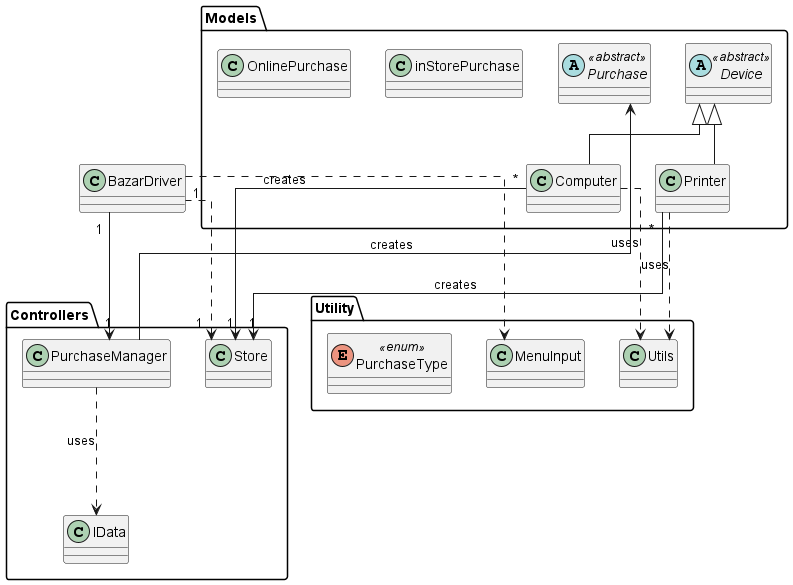
jenul-ferdinand/digital-bazaar keeps this PlantUML diagram as Docs/UML Diagram.png. Above is the earlier version.
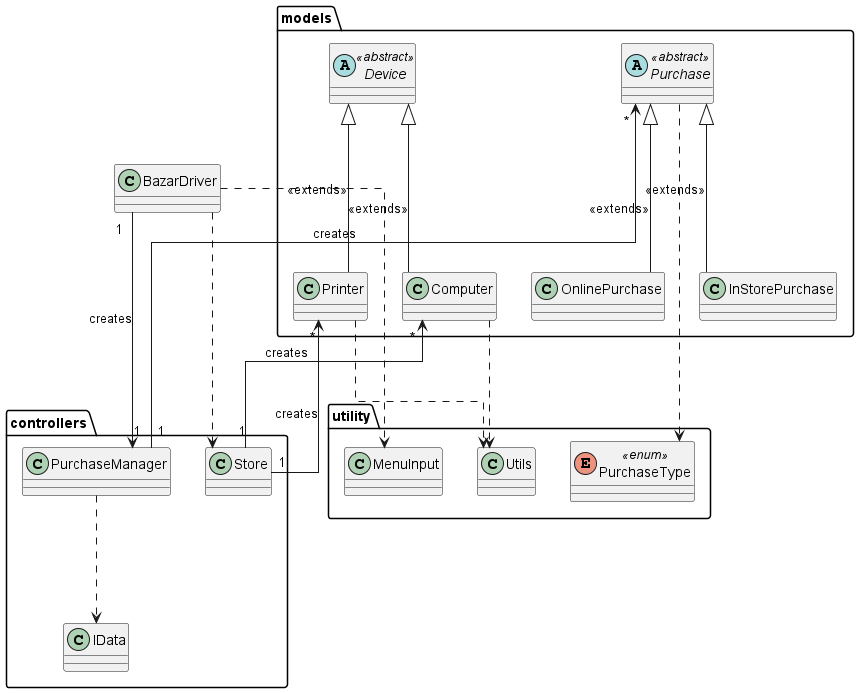
Above is the later version.

Commit message:
Code now works, used the help of consultations. Also added new UML Diagram.png

What changed in the source:
```diff
@@ -4,7 +4,7 @@
 
 class BazarDriver
 
-package Controllers {
+package controllers {
     class Store
 
     class PurchaseManager
@@ -12,7 +12,7 @@
     class IData
 }
 
-package Models {
+package models {
     abstract class Device <<abstract>>
 
     class Printer
@@ -21,12 +21,12 @@
 
     abstract class Purchase <<abstract>>
 
-    class inStorePurchase
+    class InStorePurchase
 
     class OnlinePurchase
 }
 
-package Utility {
+package utility {
     class MenuInput
 
     class Utils
@@ -35,21 +35,27 @@
 }
 
 
-Printer -u-|> Device
-Computer -u-|> Device
+Printer --u-|> Device : <<extends>>
+Computer --u-|> Device : <<extends>>
 
-Printer "*" ---> "1" Store : creates
-Computer "*" ---> "1" Store : creates
+Printer "*" <--- "1" Store : creates
+Computer "*" <--- "1" Store : creates
 
-Printer ...> Utils : uses
-Computer ...>  Utils : uses
+Printer ...> Utils
+Computer ...>  Utils
 
-BazarDriver "1" .u.> "1" Store
-BazarDriver ...> MenuInput
+BazarDriver ....> Store
+BazarDriver ....> MenuInput
 
-BazarDriver "1" ---> "1" PurchaseManager
+BazarDriver "1" ---> "1" PurchaseManager : creates
 
-PurchaseManager --> Purchase : creates
-PurchaseManager ...> IData : uses
+PurchaseManager "1" --> "*" Purchase : creates
+PurchaseManager ...> IData
+
+Purchase ...> PurchaseType
+OnlinePurchase --u-|> Purchase : <<extends>>
+InStorePurchase --u-|> Purchase : <<extends>>
+
+
 
 @enduml
```
